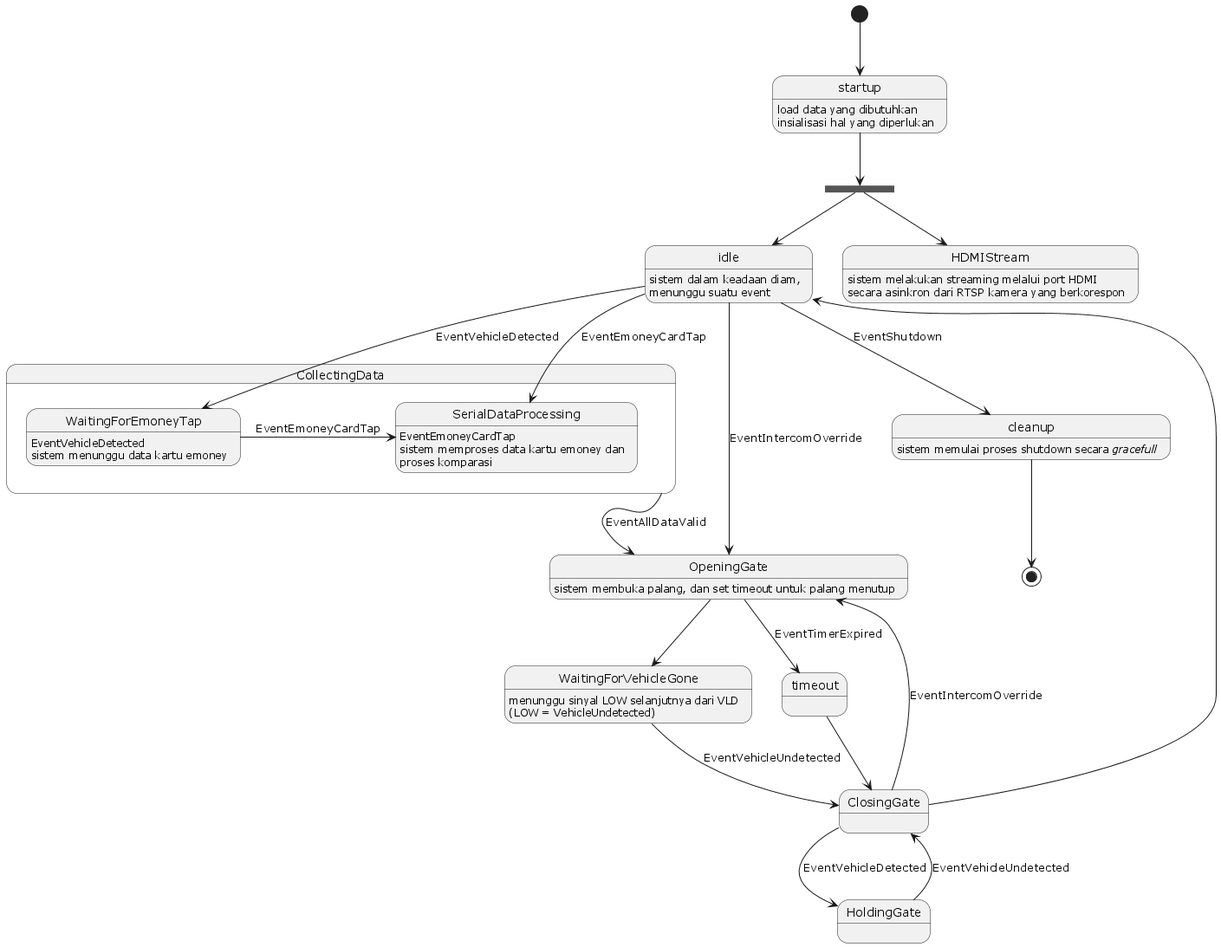
Earlier version of the PlantUML export assets/app_state.png (Berigoo/onegate-parking).
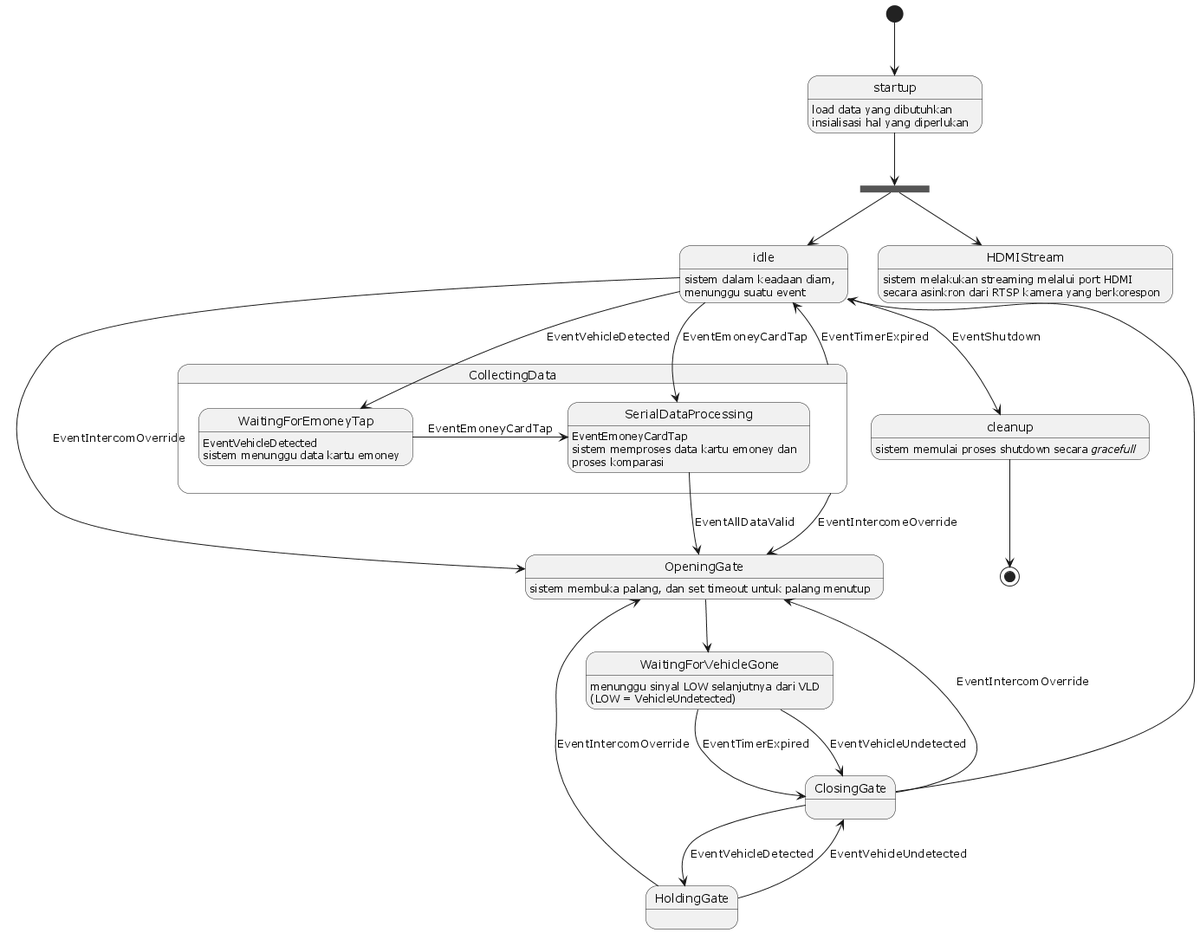
Above is the later version.

Diff of the diagram source:
```diff
@@ -12,15 +12,23 @@
 	idle --> SerialDataProcessing : EventEmoneyCardTap
 	WaitingForEmoneyTap -right-> SerialDataProcessing : EventEmoneyCardTap
 }
-CollectingData --> OpeningGate : EventAllDataValid
+SerialDataProcessing --> OpeningGate : EventAllDataValid
+CollectingData --> idle : EventTimerExpired
+CollectingData --> OpeningGate : EventIntercomeOverride
+
 OpeningGate --> WaitingForVehicleGone
-OpeningGate --> timeout : EventTimerExpired
-timeout --> ClosingGate
+
 ClosingGate --> HoldingGate : EventVehicleDetected
+
 HoldingGate --> ClosingGate : EventVehicleUndetected
+HoldingGate --> OpeningGate : EventIntercomOverride
+
 WaitingForVehicleGone --> ClosingGate : EventVehicleUndetected
+WaitingForVehicleGone --> ClosingGate : EventTimerExpired
+
 ClosingGate --> idle
 ClosingGate --> OpeningGate : EventIntercomOverride
+
 idle --> OpeningGate : EventIntercomOverride
 idle --> cleanup : EventShutdown
 cleanup --> [*]
```
